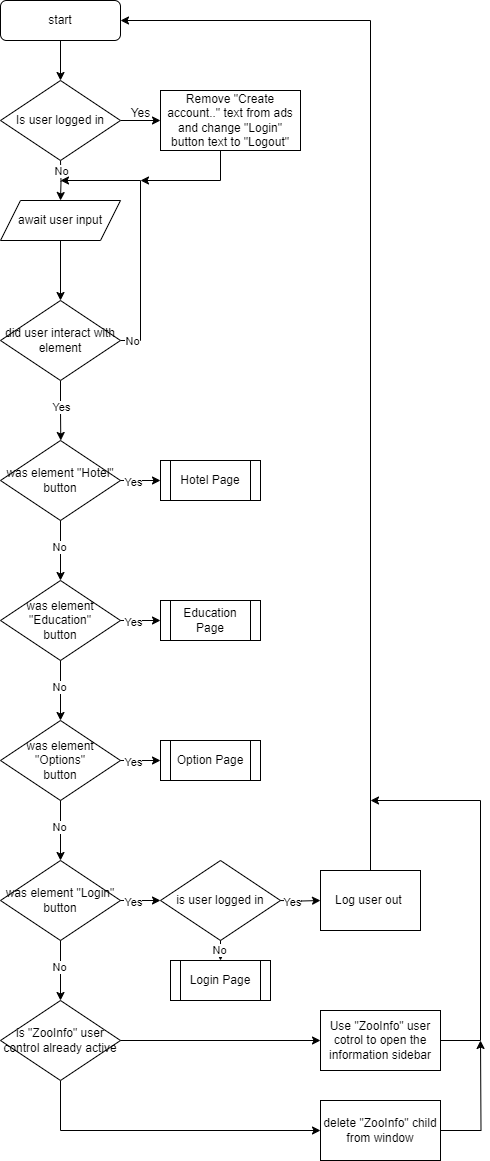
The draw.io diagram Untitled Diagram.drawio.png in Cain-Knott/example, before a commit. Source tidied: cells renumbered, new cells last; positions are measured from the earlier drawing's top-left corner, leaving out a move shared by most shapes.
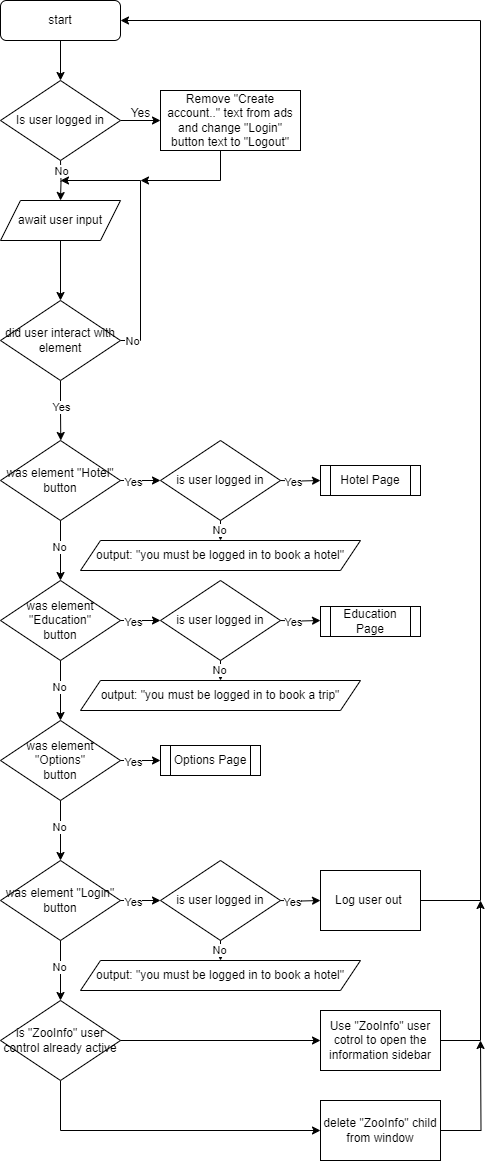
The same diagram one commit later.

The edit, as a diff of the source:
```diff
@@ -76,9 +76,6 @@
     <mxCell id="18" value="Yes" style="edgeLabel;html=1;align=center;verticalAlign=middle;" parent="16" vertex="1">
       <mxGeometry x="-0.4" y="-1" relative="1" as="geometry" />
     </mxCell>
-    <mxCell id="19" value="Hotel Page" style="shape=process;whiteSpace=wrap;html=1;backgroundOutline=1;" parent="1" vertex="1">
-      <mxGeometry x="160" y="460" width="100" height="40" as="geometry" />
-    </mxCell>
     <mxCell id="20" style="edgeStyle=orthogonalEdgeStyle;rounded=0;jettySize=auto;html=1;exitX=1;exitY=0.5;exitDx=0;exitDy=0;entryX=0;entryY=0.5;entryDx=0;entryDy=0;" parent="1" edge="1" source="21" target="23">
       <mxGeometry relative="1" as="geometry" />
     </mxCell>
@@ -128,9 +125,6 @@
     <mxCell id="30" value="Yes" style="edgeLabel;html=1;align=center;verticalAlign=middle;" parent="28" vertex="1">
       <mxGeometry x="-0.4" y="-1" relative="1" as="geometry" />
     </mxCell>
-    <mxCell id="31" value="Education Page" style="shape=process;whiteSpace=wrap;html=1;backgroundOutline=1;" parent="1" vertex="1">
-      <mxGeometry x="160" y="600" width="100" height="40" as="geometry" />
-    </mxCell>
     <mxCell id="32" value="was element &quot;Options&quot;&lt;div&gt;button&lt;/div&gt;" style="rhombus;whiteSpace=wrap;html=1;" parent="1" vertex="1">
       <mxGeometry y="720" width="120" height="80" as="geometry" />
     </mxCell>
@@ -160,9 +154,6 @@
     <mxCell id="37" value="Yes" style="edgeLabel;html=1;align=center;verticalAlign=middle;" parent="35" vertex="1">
       <mxGeometry x="-0.4" y="-1" relative="1" as="geometry" />
     </mxCell>
-    <mxCell id="38" value="Option Page" style="shape=process;whiteSpace=wrap;html=1;backgroundOutline=1;" parent="1" vertex="1">
-      <mxGeometry x="160" y="740" width="100" height="40" as="geometry" />
-    </mxCell>
     <mxCell id="39" value="was element &quot;Login&quot;&lt;div&gt;button&lt;/div&gt;" style="rhombus;whiteSpace=wrap;html=1;" parent="1" vertex="1">
       <mxGeometry y="860" width="120" height="80" as="geometry" />
     </mxCell>
@@ -192,9 +183,6 @@
     <mxCell id="44" value="Yes" style="edgeLabel;html=1;align=center;verticalAlign=middle;" parent="42" vertex="1">
       <mxGeometry x="-0.4" y="-1" relative="1" as="geometry" />
     </mxCell>
-    <mxCell id="45" value="Login Page" style="shape=process;whiteSpace=wrap;html=1;backgroundOutline=1;" parent="1" vertex="1">
-      <mxGeometry x="170" y="960" width="100" height="40" as="geometry" />
-    </mxCell>
     <mxCell id="46" value="is user logged in" style="rhombus;whiteSpace=wrap;html=1;" parent="1" vertex="1">
       <mxGeometry x="160" y="860" width="120" height="80" as="geometry" />
     </mxCell>
@@ -214,18 +202,23 @@
     <mxCell id="50" value="Yes" style="edgeLabel;html=1;align=center;verticalAlign=middle;" parent="49" vertex="1">
       <mxGeometry x="-0.4" y="-1" relative="1" as="geometry" />
     </mxCell>
-    <mxCell id="51" style="edgeStyle=orthogonalEdgeStyle;rounded=0;jettySize=auto;html=1;exitX=0.5;exitY=0;exitDx=0;exitDy=0;entryX=1;entryY=0.5;entryDx=0;entryDy=0;" parent="1" edge="1" source="52" target="5">
-      <mxGeometry relative="1" as="geometry" />
+    <mxCell id="51" style="edgeStyle=orthogonalEdgeStyle;rounded=0;jettySize=auto;html=1;exitX=1;exitY=0.5;exitDx=0;exitDy=0;entryX=1;entryY=0.5;entryDx=0;entryDy=0;" parent="1" edge="1" source="52" target="5">
+      <mxGeometry relative="1" as="geometry">
+        <Array as="points">
+          <mxPoint x="480" y="900" />
+          <mxPoint x="480" y="20" />
+        </Array>
+      </mxGeometry>
     </mxCell>
     <mxCell id="52" value="Log user out&amp;nbsp;" style="rounded=0;whiteSpace=wrap;html=1;" parent="1" vertex="1">
       <mxGeometry x="320" y="870" width="100" height="60" as="geometry" />
     </mxCell>
     <mxCell id="53" style="edgeStyle=orthogonalEdgeStyle;rounded=0;jettySize=auto;html=1;exitX=1;exitY=0.5;exitDx=0;exitDy=0;" parent="1" edge="1" source="54">
       <mxGeometry relative="1" as="geometry">
-        <mxPoint x="370" y="800" as="targetPoint" />
+        <mxPoint x="480" y="900" as="targetPoint" />
         <Array as="points">
           <mxPoint x="480" y="1040" />
-          <mxPoint x="480" y="800" />
+          <mxPoint x="480" y="900" />
         </Array>
       </mxGeometry>
     </mxCell>
@@ -249,5 +242,75 @@
     <mxCell id="59" style="edgeStyle=orthogonalEdgeStyle;rounded=0;jettySize=auto;html=1;exitX=1;exitY=0.5;exitDx=0;exitDy=0;entryX=0;entryY=0.5;entryDx=0;entryDy=0;" parent="1" edge="1" source="58" target="54">
       <mxGeometry relative="1" as="geometry" />
     </mxCell>
+    <mxCell id="60" value="No" style="edgeLabel;html=1;align=center;verticalAlign=middle;" parent="1" vertex="1">
+      <mxGeometry x="130" y="620" as="geometry" />
+    </mxCell>
+    <mxCell id="61" value="Yes" style="edgeLabel;html=1;align=center;verticalAlign=middle;" parent="1" vertex="1">
+      <mxGeometry x="132" y="621" as="geometry" />
+    </mxCell>
+    <mxCell id="62" value="is user logged in" style="rhombus;whiteSpace=wrap;html=1;" parent="1" vertex="1">
+      <mxGeometry x="160" y="580" width="120" height="80" as="geometry" />
+    </mxCell>
+    <mxCell id="63" style="edgeStyle=orthogonalEdgeStyle;rounded=0;jettySize=auto;html=1;exitX=0.5;exitY=1;exitDx=0;exitDy=0;" parent="1" edge="1" source="62">
+      <mxGeometry relative="1" as="geometry">
+        <mxPoint x="220" y="680" as="targetPoint" />
+      </mxGeometry>
+    </mxCell>
+    <mxCell id="64" value="No" style="edgeLabel;html=1;align=center;verticalAlign=middle;" parent="63" vertex="1">
+      <mxGeometry x="-0.14" y="-2" relative="1" as="geometry" />
+    </mxCell>
+    <mxCell id="65" style="edgeStyle=orthogonalEdgeStyle;rounded=0;orthogonalLoop=1;jettySize=auto;html=1;exitX=1;exitY=0.5;exitDx=0;exitDy=0;entryX=0;entryY=0.5;entryDx=0;entryDy=0;" parent="1" edge="1">
+      <mxGeometry relative="1" as="geometry">
+        <mxPoint x="280" y="620" as="sourcePoint" />
+        <mxPoint x="320" y="620" as="targetPoint" />
+      </mxGeometry>
+    </mxCell>
+    <mxCell id="66" value="Yes" style="edgeLabel;html=1;align=center;verticalAlign=middle;" parent="65" vertex="1">
+      <mxGeometry x="-0.4" y="-1" relative="1" as="geometry" />
+    </mxCell>
+    <mxCell id="67" value="No" style="edgeLabel;html=1;align=center;verticalAlign=middle;" parent="1" vertex="1">
+      <mxGeometry x="130" y="480" as="geometry" />
+    </mxCell>
+    <mxCell id="68" value="Yes" style="edgeLabel;html=1;align=center;verticalAlign=middle;" parent="1" vertex="1">
+      <mxGeometry x="132" y="481" as="geometry" />
+    </mxCell>
+    <mxCell id="19" value="Hotel Page" style="shape=process;whiteSpace=wrap;html=1;backgroundOutline=1;" parent="1" vertex="1">
+      <mxGeometry x="320" y="465" width="100" height="30" as="geometry" />
+    </mxCell>
+    <mxCell id="69" value="is user logged in" style="rhombus;whiteSpace=wrap;html=1;" parent="1" vertex="1">
+      <mxGeometry x="160" y="440" width="120" height="80" as="geometry" />
+    </mxCell>
+    <mxCell id="70" style="edgeStyle=orthogonalEdgeStyle;rounded=0;jettySize=auto;html=1;exitX=0.5;exitY=1;exitDx=0;exitDy=0;" parent="1" edge="1" source="69">
+      <mxGeometry relative="1" as="geometry">
+        <mxPoint x="220" y="540" as="targetPoint" />
+      </mxGeometry>
+    </mxCell>
+    <mxCell id="71" value="No" style="edgeLabel;html=1;align=center;verticalAlign=middle;" parent="70" vertex="1">
+      <mxGeometry x="-0.14" y="-2" relative="1" as="geometry" />
+    </mxCell>
+    <mxCell id="72" style="edgeStyle=orthogonalEdgeStyle;rounded=0;orthogonalLoop=1;jettySize=auto;html=1;exitX=1;exitY=0.5;exitDx=0;exitDy=0;entryX=0;entryY=0.5;entryDx=0;entryDy=0;" parent="1" edge="1">
+      <mxGeometry relative="1" as="geometry">
+        <mxPoint x="280" y="480" as="sourcePoint" />
+        <mxPoint x="320" y="480" as="targetPoint" />
+      </mxGeometry>
+    </mxCell>
+    <mxCell id="73" value="Yes" style="edgeLabel;html=1;align=center;verticalAlign=middle;" parent="72" vertex="1">
+      <mxGeometry x="-0.4" y="-1" relative="1" as="geometry" />
+    </mxCell>
+    <mxCell id="74" value="output: &quot;you must be logged in to book a hotel&quot;" style="shape=parallelogram;perimeter=parallelogramPerimeter;whiteSpace=wrap;html=1;fixedSize=1;" parent="1" vertex="1">
+      <mxGeometry x="80" y="540" width="280" height="30" as="geometry" />
+    </mxCell>
+    <mxCell id="75" value="output: &quot;you must be logged in to book a trip&quot;" style="shape=parallelogram;perimeter=parallelogramPerimeter;whiteSpace=wrap;html=1;fixedSize=1;" parent="1" vertex="1">
+      <mxGeometry x="80" y="680" width="280" height="30" as="geometry" />
+    </mxCell>
+    <mxCell id="76" value="output: &quot;you must be logged in to book a hotel&quot;" style="shape=parallelogram;perimeter=parallelogramPerimeter;whiteSpace=wrap;html=1;fixedSize=1;" parent="1" vertex="1">
+      <mxGeometry x="80" y="960" width="280" height="30" as="geometry" />
+    </mxCell>
+    <mxCell id="31" value="Education Page" style="shape=process;whiteSpace=wrap;html=1;backgroundOutline=1;" parent="1" vertex="1">
+      <mxGeometry x="320" y="606" width="100" height="30" as="geometry" />
+    </mxCell>
+    <mxCell id="77" value="Options Page" style="shape=process;whiteSpace=wrap;html=1;backgroundOutline=1;" parent="1" vertex="1">
+      <mxGeometry x="160" y="745" width="100" height="30" as="geometry" />
+    </mxCell>
   </root>
 </mxGraphModel>
```
